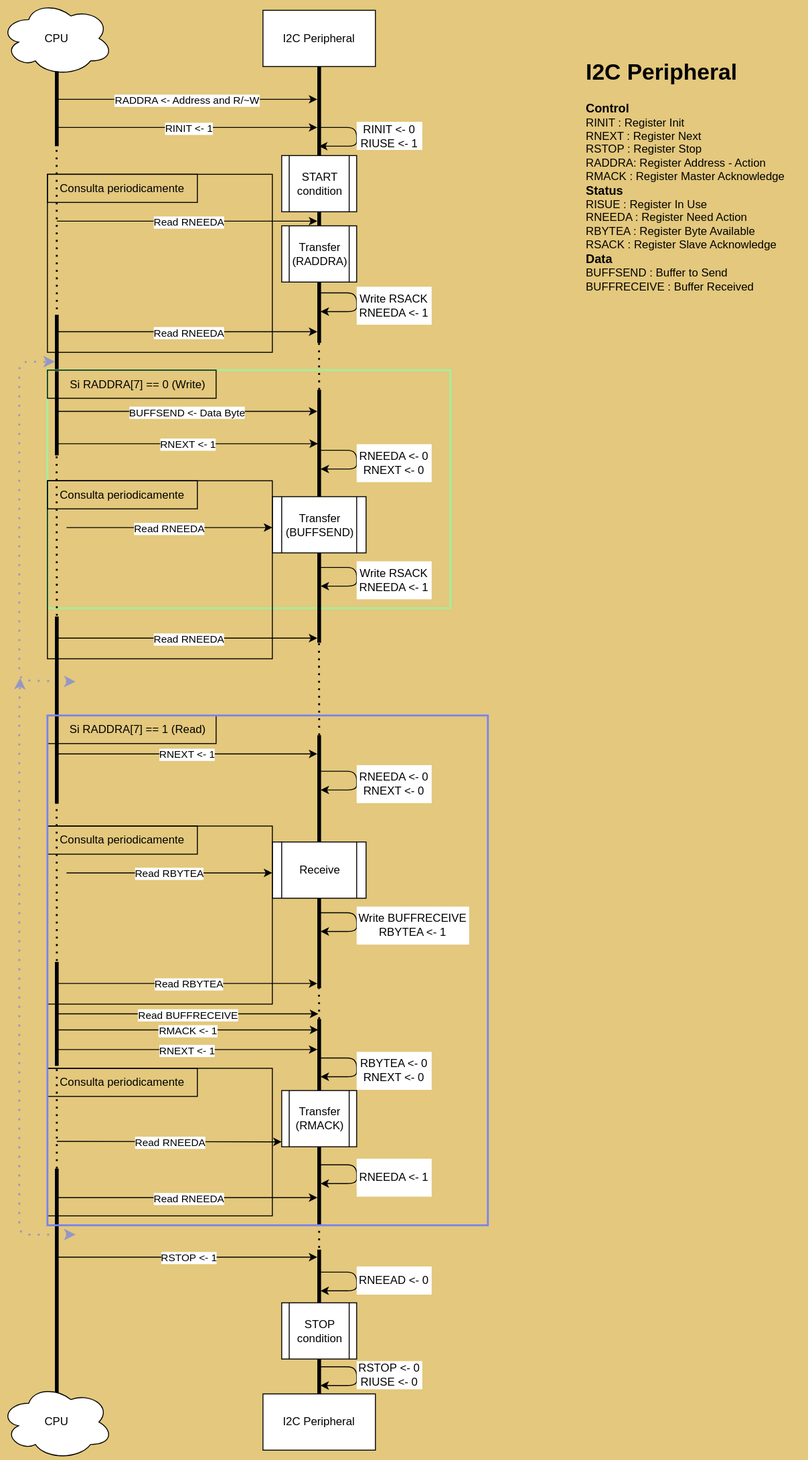
Before: i2c/diagrams/i2c_sequence.svg, a diagram exported from draw.io (safehehe/Digital2_pero_no_estoy_inscrito). Source tidied: cells renumbered, new cells last; positions are measured from the earlier drawing's top-left corner, leaving out a move shared by most shapes.
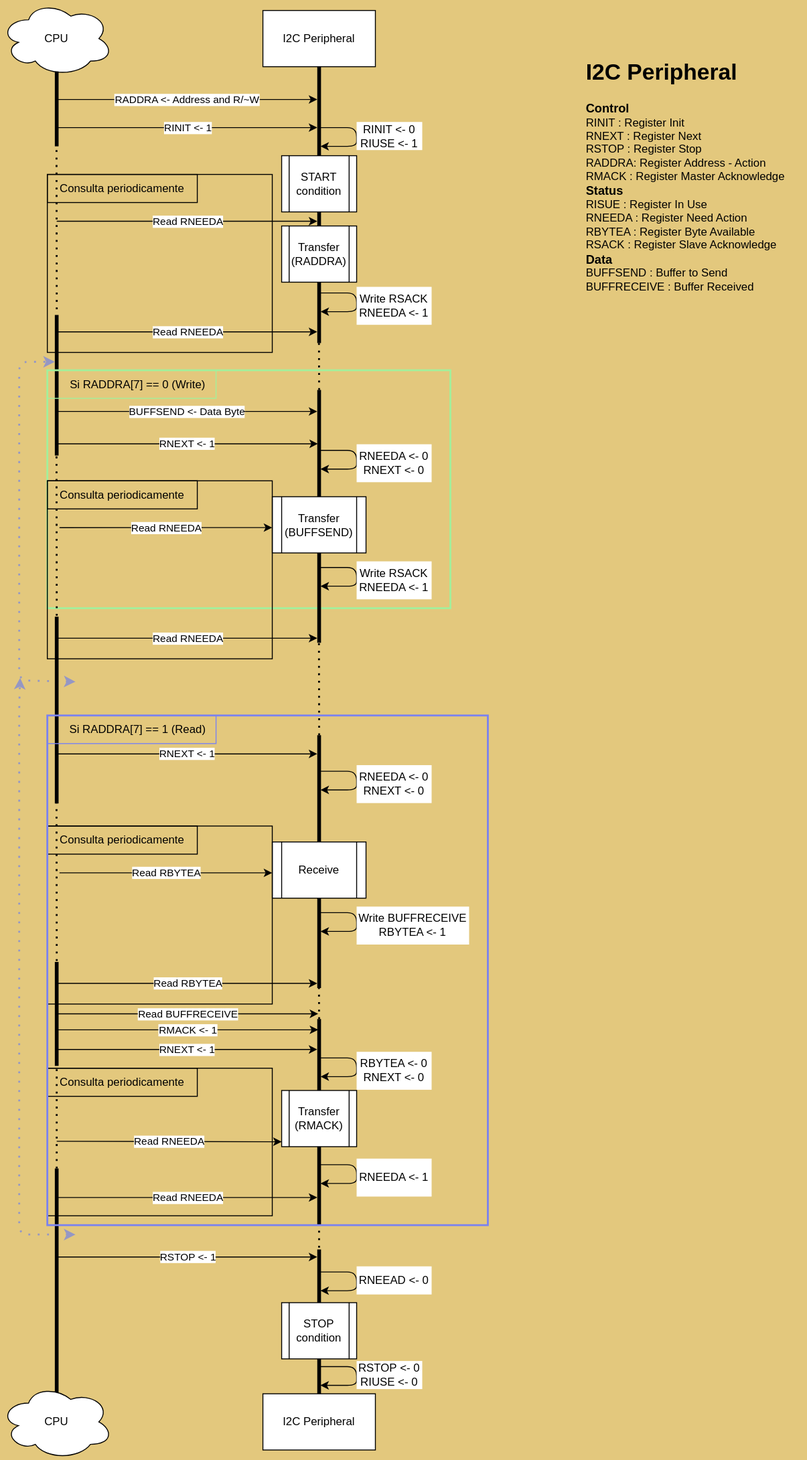
Above is the later version.

Commit message:
Diagrama de secuencia i2c

Change to the diagram source:
```diff
@@ -122,7 +122,7 @@
     <mxCell id="30" value="RNEXT &amp;lt;- 1" style="edgeLabel;html=1;align=center;verticalAlign=middle;" parent="29" vertex="1">
       <mxGeometry relative="1" as="geometry" />
     </mxCell>
-    <mxCell id="31" value="&amp;nbsp; &amp;nbsp; Si RADDRA[7] == 0 (Write)" style="text;html=1;strokeColor=default;fillColor=none;align=center;verticalAlign=middle;whiteSpace=wrap;rounded=0;" parent="1" vertex="1">
+    <mxCell id="31" value="&amp;nbsp; &amp;nbsp; Si RADDRA[7] == 0 (Write)" style="text;html=1;strokeColor=#A2F09C;fillColor=none;align=center;verticalAlign=middle;whiteSpace=wrap;rounded=0;" parent="1" vertex="1">
       <mxGeometry x="50" y="393.5" width="180" height="30" as="geometry" />
     </mxCell>
     <mxCell id="32" style="endArrow=classic;html=1;" parent="1" edge="1">
@@ -212,7 +212,7 @@
     <mxCell id="49" value="RNEXT &amp;lt;- 1" style="edgeLabel;html=1;align=center;verticalAlign=middle;" parent="48" vertex="1">
       <mxGeometry relative="1" as="geometry" />
     </mxCell>
-    <mxCell id="50" value="&amp;nbsp; &amp;nbsp; Si RADDRA[7] == 1 (Read)" style="text;html=1;strokeColor=default;fillColor=none;align=center;verticalAlign=middle;whiteSpace=wrap;rounded=0;" parent="1" vertex="1">
+    <mxCell id="50" value="&amp;nbsp; &amp;nbsp; Si RADDRA[7] == 1 (Read)" style="text;html=1;strokeColor=#7A82F0;fillColor=none;align=center;verticalAlign=middle;whiteSpace=wrap;rounded=0;" parent="1" vertex="1">
       <mxGeometry x="50" y="762" width="180" height="30" as="geometry" />
     </mxCell>
     <mxCell id="51" style="endArrow=classic;html=1;" parent="1" edge="1">
```
